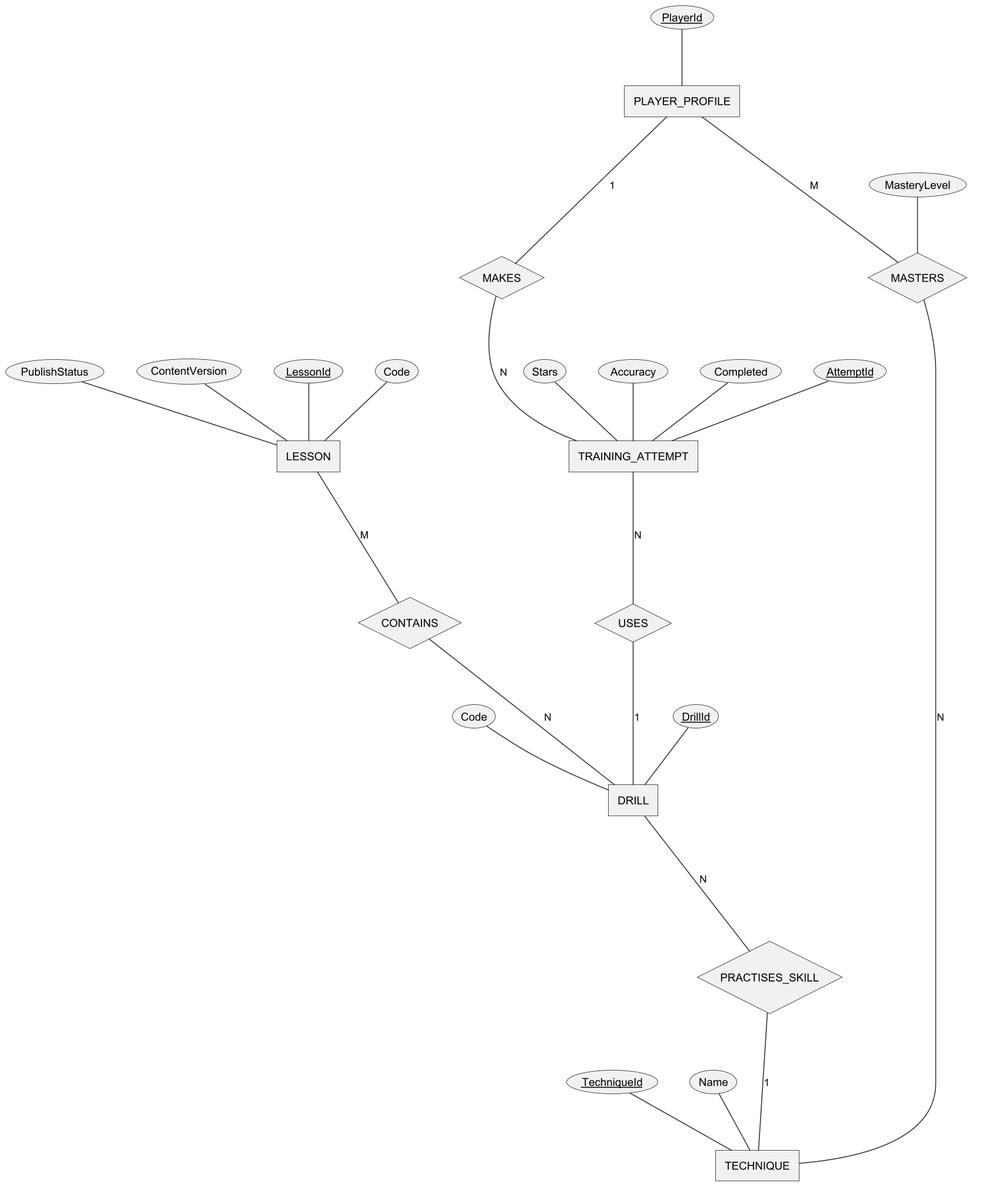
Tad-Min/PickleVerse keeps this PlantUML diagram as Doc/Project_report/Report/diagrams/png/r3_cerd_training.png. Above is the earlier version. The source it was exported from:
```plantuml
@startchen r3_cerd_training
!include _style.iuml
entity TECHNIQUE {
  TechniqueId <<key>>
  Name
}
entity LESSON {
  LessonId <<key>>
  Code
  PublishStatus
  ContentVersion
}
entity DRILL {
  DrillId <<key>>
  Code
}
entity PLAYER_PROFILE {
  PlayerId <<key>>
}
entity TRAINING_ATTEMPT {
  AttemptId <<key>>
  Stars
  Accuracy
  Completed
}
relationship CONTAINS {
}
relationship PRACTISES_SKILL {
}
relationship MAKES {
}
relationship USES {
}
relationship MASTERS {
  MasteryLevel
}
LESSON -M- CONTAINS
CONTAINS -N- DRILL
DRILL -N- PRACTISES_SKILL
PRACTISES_SKILL -1- TECHNIQUE
PLAYER_PROFILE -1- MAKES
MAKES -N- TRAINING_ATTEMPT
TRAINING_ATTEMPT -N- USES
USES -1- DRILL
PLAYER_PROFILE -M- MASTERS
MASTERS -N- TECHNIQUE
@endchen
```
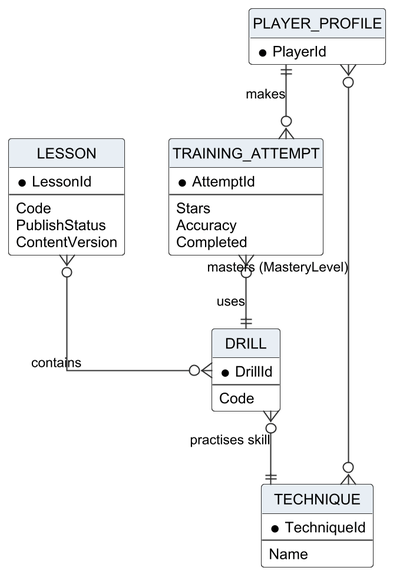
The same file after the commit.

Diff of the diagram source:
```diff
@@ -1,47 +1,38 @@
-@startchen r3_cerd_training
+@startuml r3_cerd_training
 !include _style.iuml
-entity TECHNIQUE {
-  TechniqueId <<key>>
+hide circle
+hide empty members
+skinparam linetype ortho
+entity "TECHNIQUE" as TECHNIQUE {
+  * TechniqueId
+  --
   Name
 }
-entity LESSON {
-  LessonId <<key>>
+entity "LESSON" as LESSON {
+  * LessonId
+  --
   Code
   PublishStatus
   ContentVersion
 }
-entity DRILL {
-  DrillId <<key>>
+entity "DRILL" as DRILL {
+  * DrillId
+  --
   Code
 }
-entity PLAYER_PROFILE {
-  PlayerId <<key>>
+entity "PLAYER_PROFILE" as PLAYER_PROFILE {
+  * PlayerId
 }
-entity TRAINING_ATTEMPT {
-  AttemptId <<key>>
+entity "TRAINING_ATTEMPT" as TRAINING_ATTEMPT {
+  * AttemptId
+  --
   Stars
   Accuracy
   Completed
 }
-relationship CONTAINS {
-}
-relationship PRACTISES_SKILL {
-}
-relationship MAKES {
-}
-relationship USES {
-}
-relationship MASTERS {
-  MasteryLevel
-}
-LESSON -M- CONTAINS
-CONTAINS -N- DRILL
-DRILL -N- PRACTISES_SKILL
-PRACTISES_SKILL -1- TECHNIQUE
-PLAYER_PROFILE -1- MAKES
-MAKES -N- TRAINING_ATTEMPT
-TRAINING_ATTEMPT -N- USES
-USES -1- DRILL
-PLAYER_PROFILE -M- MASTERS
-MASTERS -N- TECHNIQUE
-@endchen
+LESSON }o--o{ DRILL : "contains"
+DRILL }o--|| TECHNIQUE : "practises skill"
+PLAYER_PROFILE ||--o{ TRAINING_ATTEMPT : "makes"
+TRAINING_ATTEMPT }o--|| DRILL : "uses"
+PLAYER_PROFILE }o--o{ TECHNIQUE : "masters (MasteryLevel)"
+@enduml
```
